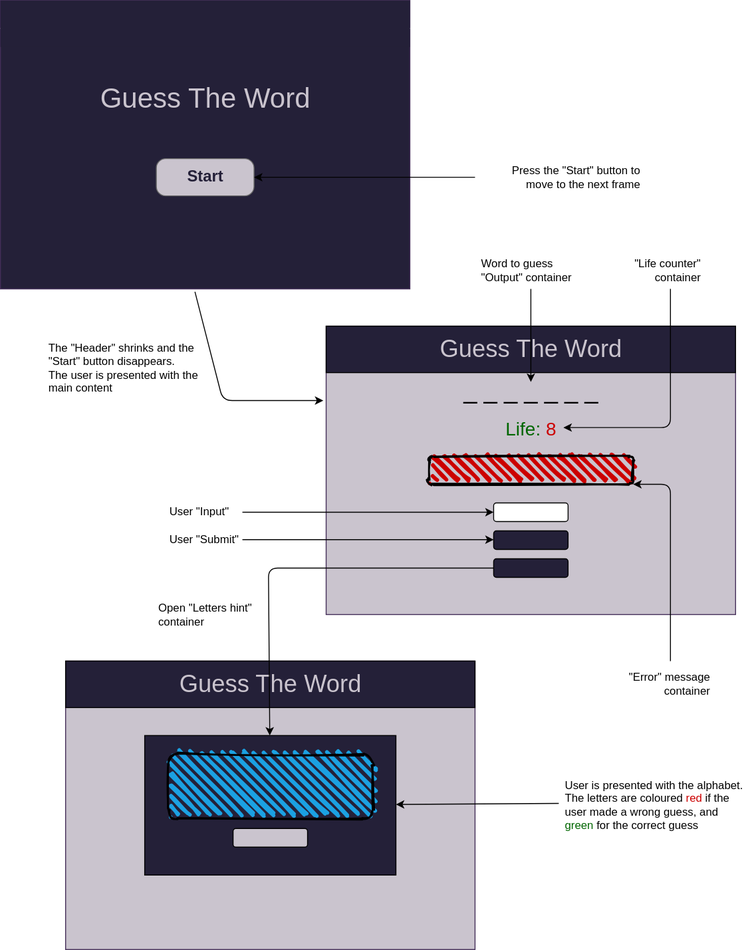
Ramim96/javascript.github.io keeps this draw.io diagram as GuessTheNumber/Guess The Word Game.svg. Above is the earlier version. Source tidied: cells renumbered, new cells last; positions are measured from the earlier drawing's top-left corner, leaving out a move shared by most shapes.
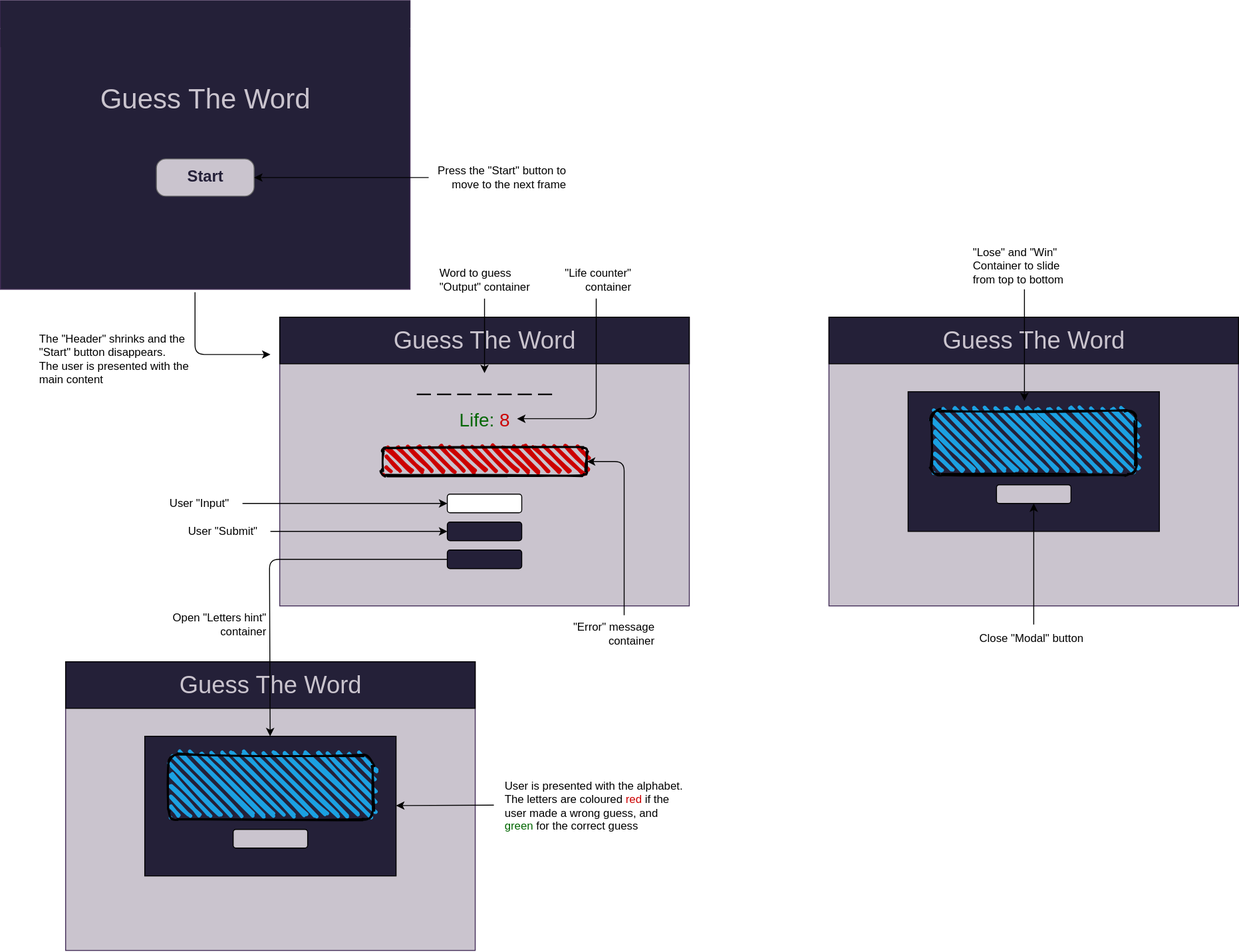
The same diagram one commit later.

Change to the diagram source:
```diff
@@ -3,150 +3,185 @@
     <mxCell id="0" />
     <mxCell id="1" parent="0" />
     <mxCell id="2" style="strokeWidth=1;shadow=0;dashed=0;align=center;html=1;shape=mxgraph.mockup.containers.window;align=left;verticalAlign=top;spacingLeft=8;strokeColor2=#008cff;strokeColor3=#c4c4c4;mainText=;fontSize=17;labelBackgroundColor=none;strokeColor=#432D57;fontColor=#ffffff;fillColor=#242038;" parent="1" vertex="1">
-      <mxGeometry width="440" height="310" as="geometry" />
+      <mxGeometry x="190" y="40" width="440" height="310" as="geometry" />
     </mxCell>
     <mxCell id="3" value="&lt;font color=&quot;#242038&quot;&gt;Start&lt;/font&gt;" style="strokeWidth=1;shadow=0;dashed=0;align=center;html=1;shape=mxgraph.mockup.buttons.button;strokeColor=#666666;fontColor=#ffffff;mainText=;buttonStyle=round;fontSize=17;fontStyle=1;whiteSpace=wrap;fillColor=#cac4ce;" parent="1" vertex="1">
-      <mxGeometry x="167.5" y="170" width="105" height="40" as="geometry" />
+      <mxGeometry x="357.5" y="210" width="105" height="40" as="geometry" />
     </mxCell>
     <mxCell id="4" value="&lt;font style=&quot;font-size: 30px&quot; color=&quot;#cac4ce&quot;&gt;Guess The Word&lt;/font&gt;" style="text;html=1;align=center;verticalAlign=middle;strokeColor=none;rounded=0;" parent="1" vertex="1">
-      <mxGeometry x="100" y="90" width="240" height="30" as="geometry" />
+      <mxGeometry x="290" y="130" width="240" height="30" as="geometry" />
     </mxCell>
     <mxCell id="5" style="strokeWidth=1;shadow=0;dashed=0;align=center;html=1;shape=mxgraph.mockup.containers.window;align=left;verticalAlign=top;spacingLeft=8;strokeColor2=#008cff;strokeColor3=#c4c4c4;mainText=;fontSize=17;labelBackgroundColor=none;strokeColor=#432D57;fontColor=#ffffff;fillColor=#CAC4CE;" parent="1" vertex="1">
-      <mxGeometry x="350" y="350" width="440" height="310" as="geometry" />
+      <mxGeometry x="490" y="380" width="440" height="310" as="geometry" />
     </mxCell>
     <mxCell id="6" style="rounded=0;whiteSpace=wrap;html=1;fillColor=#242038;" parent="1" vertex="1">
-      <mxGeometry x="350" y="350" width="440" height="50" as="geometry" />
+      <mxGeometry x="490" y="380" width="440" height="50" as="geometry" />
     </mxCell>
     <mxCell id="7" value="&lt;font style=&quot;font-size: 26px&quot; color=&quot;#cac4ce&quot;&gt;Guess The Word&lt;/font&gt;" style="text;html=1;align=center;verticalAlign=middle;strokeColor=none;rounded=0;" parent="1" vertex="1">
-      <mxGeometry x="465" y="365" width="210" height="20" as="geometry" />
+      <mxGeometry x="605" y="395" width="210" height="20" as="geometry" />
     </mxCell>
     <mxCell id="8" value="&lt;span style=&quot;font-size: 26px&quot;&gt;_ _ _ _ _ _ _&lt;/span&gt;" style="text;html=1;align=center;verticalAlign=middle;points=[];strokeColor=none;rounded=0;strokeWidth=1;perimeterSpacing=0;" parent="1" vertex="1">
-      <mxGeometry x="490" y="410" width="160" height="20" as="geometry" />
+      <mxGeometry x="630" y="440" width="160" height="20" as="geometry" />
     </mxCell>
     <mxCell id="9" value="&lt;span style=&quot;font-size: 20px&quot;&gt;&lt;font color=&quot;#006600&quot;&gt;Life: &lt;/font&gt;&lt;font color=&quot;#cc0000&quot;&gt;8&lt;/font&gt;&lt;/span&gt;" style="text;html=1;align=center;verticalAlign=middle;points=[];strokeColor=none;rounded=0;strokeWidth=1;perimeterSpacing=0;" parent="1" vertex="1">
-      <mxGeometry x="535" y="450" width="70" height="20" as="geometry" />
+      <mxGeometry x="675" y="480" width="70" height="20" as="geometry" />
     </mxCell>
     <mxCell id="10" style="rounded=1;whiteSpace=wrap;html=1;strokeWidth=1;" parent="1" vertex="1">
-      <mxGeometry x="530" y="540" width="80" height="20" as="geometry" />
+      <mxGeometry x="670" y="570" width="80" height="20" as="geometry" />
     </mxCell>
     <mxCell id="11" style="rounded=1;whiteSpace=wrap;html=1;strokeWidth=1;fillColor=#242038;" parent="1" vertex="1">
-      <mxGeometry x="530" y="570" width="80" height="20" as="geometry" />
+      <mxGeometry x="670" y="600" width="80" height="20" as="geometry" />
     </mxCell>
     <mxCell id="12" style="rounded=1;whiteSpace=wrap;html=1;strokeWidth=1;fillColor=#242038;" parent="1" vertex="1">
-      <mxGeometry x="530" y="600" width="80" height="20" as="geometry" />
+      <mxGeometry x="670" y="630" width="80" height="20" as="geometry" />
     </mxCell>
     <mxCell id="13" style="rounded=1;whiteSpace=wrap;html=1;strokeWidth=2;fillWeight=4;hachureGap=8;hachureAngle=45;sketch=1;fillColor=#CC0000;" parent="1" vertex="1">
-      <mxGeometry x="460" y="490" width="220" height="30" as="geometry" />
+      <mxGeometry x="600" y="520" width="220" height="30" as="geometry" />
     </mxCell>
-    <mxCell id="14" style="endArrow=classic;html=1;exitX=0.475;exitY=1.01;exitDx=0;exitDy=0;exitPerimeter=0;entryX=-0.007;entryY=0.258;entryDx=0;entryDy=0;entryPerimeter=0;" parent="1" edge="1" source="2" target="5">
+    <mxCell id="14" style="endArrow=classic;html=1;exitX=0.475;exitY=1.01;exitDx=0;exitDy=0;exitPerimeter=0;" parent="1" edge="1" source="2">
       <mxGeometry relative="1" as="geometry">
+        <mxPoint x="480" y="420" as="targetPoint" />
         <Array as="points">
-          <mxPoint x="239" y="430" />
+          <mxPoint x="399" y="420" />
         </Array>
       </mxGeometry>
     </mxCell>
     <mxCell id="15" style="endArrow=classic;html=1;" parent="1" edge="1" target="3">
       <mxGeometry relative="1" as="geometry">
-        <mxPoint x="510" y="190" as="sourcePoint" />
+        <mxPoint x="650" y="230" as="sourcePoint" />
       </mxGeometry>
     </mxCell>
     <mxCell id="16" value="Press the &quot;Start&quot; button to move to the next frame" style="text;html=1;strokeColor=none;fillColor=none;align=right;verticalAlign=middle;whiteSpace=wrap;rounded=0;" parent="1" vertex="1">
-      <mxGeometry x="520" y="165" width="170" height="50" as="geometry" />
+      <mxGeometry x="660" y="205" width="140" height="50" as="geometry" />
     </mxCell>
     <mxCell id="17" value="The &quot;Header&quot; shrinks and the &quot;Start&quot; button disappears.&lt;br&gt;The user is presented with the main content" style="text;html=1;strokeColor=none;fillColor=none;align=left;verticalAlign=middle;whiteSpace=wrap;rounded=0;" parent="1" vertex="1">
-      <mxGeometry x="50" y="360" width="170" height="70" as="geometry" />
+      <mxGeometry x="230" y="390" width="170" height="70" as="geometry" />
     </mxCell>
     <mxCell id="18" style="endArrow=classic;html=1;" parent="1" edge="1" target="8">
       <mxGeometry relative="1" as="geometry">
-        <mxPoint x="570" y="310" as="sourcePoint" />
+        <mxPoint x="710" y="360" as="sourcePoint" />
       </mxGeometry>
     </mxCell>
     <mxCell id="19" style="endArrow=classic;html=1;entryX=1;entryY=0.45;entryDx=0;entryDy=0;entryPerimeter=0;" parent="1" edge="1" target="9">
       <mxGeometry relative="1" as="geometry">
-        <mxPoint x="720" y="310" as="sourcePoint" />
+        <mxPoint x="830" y="360" as="sourcePoint" />
         <Array as="points">
-          <mxPoint x="720" y="459" />
+          <mxPoint x="830" y="489" />
         </Array>
       </mxGeometry>
     </mxCell>
     <mxCell id="20" value="Word to guess &quot;Output&quot; container" style="text;html=1;strokeColor=none;fillColor=none;align=left;verticalAlign=middle;whiteSpace=wrap;rounded=0;" parent="1" vertex="1">
-      <mxGeometry x="515" y="270" width="110" height="40" as="geometry" />
+      <mxGeometry x="660" y="320" width="110" height="40" as="geometry" />
     </mxCell>
     <mxCell id="21" value="&quot;Life counter&quot; container" style="text;html=1;strokeColor=none;fillColor=none;align=right;verticalAlign=middle;whiteSpace=wrap;rounded=0;" parent="1" vertex="1">
-      <mxGeometry x="675" y="270" width="80" height="40" as="geometry" />
+      <mxGeometry x="790" y="320" width="80" height="40" as="geometry" />
     </mxCell>
-    <mxCell id="22" style="endArrow=classic;html=1;entryX=1;entryY=1;entryDx=0;entryDy=0;" parent="1" edge="1" target="13">
+    <mxCell id="22" style="endArrow=classic;html=1;entryX=1;entryY=0.5;entryDx=0;entryDy=0;" parent="1" edge="1" target="13">
       <mxGeometry relative="1" as="geometry">
-        <mxPoint x="720" y="710" as="sourcePoint" />
+        <mxPoint x="860" y="700" as="sourcePoint" />
         <Array as="points">
-          <mxPoint x="720" y="520" />
+          <mxPoint x="860" y="535" />
         </Array>
       </mxGeometry>
     </mxCell>
     <mxCell id="23" value="&quot;Error&quot; message container" style="text;html=1;strokeColor=none;fillColor=none;align=right;verticalAlign=middle;whiteSpace=wrap;rounded=0;" parent="1" vertex="1">
-      <mxGeometry x="665" y="715" width="100" height="40" as="geometry" />
+      <mxGeometry x="795" y="700" width="100" height="40" as="geometry" />
     </mxCell>
     <mxCell id="24" style="endArrow=classic;html=1;" parent="1" edge="1" target="10">
       <mxGeometry relative="1" as="geometry">
-        <mxPoint x="260" y="550" as="sourcePoint" />
+        <mxPoint x="450" y="580" as="sourcePoint" />
         <Array as="points">
-          <mxPoint x="460" y="550" />
+          <mxPoint x="560" y="580" />
         </Array>
       </mxGeometry>
     </mxCell>
     <mxCell id="25" value="User &quot;Input&quot;" style="text;html=1;strokeColor=none;fillColor=none;align=left;verticalAlign=middle;whiteSpace=wrap;rounded=0;" parent="1" vertex="1">
-      <mxGeometry x="180" y="540" width="70" height="20" as="geometry" />
+      <mxGeometry x="370" y="570" width="70" height="20" as="geometry" />
     </mxCell>
     <mxCell id="26" style="rounded=0;whiteSpace=wrap;html=1;fillColor=#242038;strokeColor=none;" parent="1" vertex="1">
-      <mxGeometry width="440" height="50" as="geometry" />
+      <mxGeometry x="190" y="40" width="440" height="50" as="geometry" />
     </mxCell>
-    <mxCell id="27" style="endArrow=classic;html=1;" parent="1" edge="1">
+    <mxCell id="27" style="endArrow=classic;html=1;entryX=0;entryY=0.5;entryDx=0;entryDy=0;" parent="1" edge="1" target="11">
       <mxGeometry relative="1" as="geometry">
-        <mxPoint x="260" y="579.5" as="sourcePoint" />
-        <mxPoint x="530" y="579.5" as="targetPoint" />
+        <mxPoint x="480" y="610" as="sourcePoint" />
         <Array as="points">
-          <mxPoint x="460" y="579.5" />
+          <mxPoint x="550" y="610" />
         </Array>
       </mxGeometry>
     </mxCell>
     <mxCell id="28" value="User &quot;Submit&quot;" style="text;html=1;strokeColor=none;fillColor=none;align=left;verticalAlign=middle;whiteSpace=wrap;rounded=0;" parent="1" vertex="1">
-      <mxGeometry x="180" y="570" width="80" height="20" as="geometry" />
+      <mxGeometry x="390" y="600" width="80" height="20" as="geometry" />
     </mxCell>
     <mxCell id="29" style="strokeWidth=1;shadow=0;dashed=0;align=center;html=1;shape=mxgraph.mockup.containers.window;align=left;verticalAlign=top;spacingLeft=8;strokeColor2=#008cff;strokeColor3=#c4c4c4;mainText=;fontSize=17;labelBackgroundColor=none;strokeColor=#432D57;fontColor=#ffffff;fillColor=#CAC4CE;" parent="1" vertex="1">
-      <mxGeometry x="70" y="710" width="440" height="310" as="geometry" />
+      <mxGeometry x="260" y="750" width="440" height="310" as="geometry" />
     </mxCell>
     <mxCell id="30" style="rounded=0;whiteSpace=wrap;html=1;fillColor=#242038;" parent="1" vertex="1">
-      <mxGeometry x="70" y="710" width="440" height="50" as="geometry" />
+      <mxGeometry x="260" y="750" width="440" height="50" as="geometry" />
     </mxCell>
     <mxCell id="31" value="&lt;font style=&quot;font-size: 26px&quot; color=&quot;#cac4ce&quot;&gt;Guess The Word&lt;/font&gt;" style="text;html=1;align=center;verticalAlign=middle;strokeColor=none;rounded=0;" parent="1" vertex="1">
-      <mxGeometry x="185" y="725" width="210" height="20" as="geometry" />
+      <mxGeometry x="375" y="765" width="210" height="20" as="geometry" />
     </mxCell>
     <mxCell id="32" style="rounded=0;whiteSpace=wrap;html=1;fillColor=#242038;" parent="1" vertex="1">
-      <mxGeometry x="155" y="790" width="270" height="150" as="geometry" />
+      <mxGeometry x="345" y="830" width="270" height="150" as="geometry" />
     </mxCell>
     <mxCell id="33" style="endArrow=classic;html=1;exitX=0;exitY=0.5;exitDx=0;exitDy=0;" parent="1" edge="1" source="12" target="32">
       <mxGeometry relative="1" as="geometry">
         <Array as="points">
-          <mxPoint x="288" y="610" />
+          <mxPoint x="479" y="640" />
         </Array>
       </mxGeometry>
     </mxCell>
     <mxCell id="34" style="rounded=1;whiteSpace=wrap;html=1;strokeWidth=1;fillColor=#CAC4CE;" parent="1" vertex="1">
-      <mxGeometry x="250" y="890" width="80" height="20" as="geometry" />
+      <mxGeometry x="440" y="930" width="80" height="20" as="geometry" />
     </mxCell>
-    <mxCell id="35" value="Open &quot;Letters hint&quot; container" style="text;html=1;strokeColor=none;fillColor=none;align=left;verticalAlign=middle;whiteSpace=wrap;rounded=0;" parent="1" vertex="1">
-      <mxGeometry x="167.5" y="640" width="120" height="40" as="geometry" />
+    <mxCell id="35" value="Open &quot;Letters hint&quot; container" style="text;html=1;strokeColor=none;fillColor=none;align=right;verticalAlign=middle;whiteSpace=wrap;rounded=0;" parent="1" vertex="1">
+      <mxGeometry x="370" y="690" width="107.5" height="40" as="geometry" />
     </mxCell>
     <mxCell id="36" style="endArrow=classic;html=1;" parent="1" edge="1" target="32">
       <mxGeometry relative="1" as="geometry">
-        <mxPoint x="600" y="863" as="sourcePoint" />
+        <mxPoint x="720" y="904" as="sourcePoint" />
       </mxGeometry>
     </mxCell>
     <mxCell id="37" value="User is presented with the alphabet.&lt;br&gt;The letters are coloured &lt;font color=&quot;#cc0000&quot;&gt;red &lt;/font&gt;if the user made a wrong guess, and &lt;font color=&quot;#006600&quot;&gt;green &lt;/font&gt;for the correct guess" style="text;html=1;strokeColor=none;fillColor=none;align=left;verticalAlign=middle;whiteSpace=wrap;rounded=0;" parent="1" vertex="1">
-      <mxGeometry x="605" y="830" width="200" height="70" as="geometry" />
+      <mxGeometry x="730" y="870" width="200" height="70" as="geometry" />
     </mxCell>
     <mxCell id="38" style="rounded=1;whiteSpace=wrap;html=1;strokeWidth=2;fillWeight=4;hachureGap=8;hachureAngle=45;fillColor=#1ba1e2;sketch=1;" parent="1" vertex="1">
-      <mxGeometry x="180" y="810" width="220" height="70" as="geometry" />
+      <mxGeometry x="370" y="850" width="220" height="70" as="geometry" />
     </mxCell>
+    <mxCell id="39" style="strokeWidth=1;shadow=0;dashed=0;align=center;html=1;shape=mxgraph.mockup.containers.window;align=left;verticalAlign=top;spacingLeft=8;strokeColor2=#008cff;strokeColor3=#c4c4c4;mainText=;fontSize=17;labelBackgroundColor=none;strokeColor=#432D57;fontColor=#ffffff;fillColor=#CAC4CE;" parent="1" vertex="1">
+      <mxGeometry x="1080" y="380" width="440" height="310" as="geometry" />
+    </mxCell>
+    <mxCell id="40" style="rounded=0;whiteSpace=wrap;html=1;fillColor=#242038;" parent="1" vertex="1">
+      <mxGeometry x="1080" y="380" width="440" height="50" as="geometry" />
+    </mxCell>
+    <mxCell id="41" value="&lt;font style=&quot;font-size: 26px&quot; color=&quot;#cac4ce&quot;&gt;Guess The Word&lt;/font&gt;" style="text;html=1;align=center;verticalAlign=middle;strokeColor=none;rounded=0;" parent="1" vertex="1">
+      <mxGeometry x="1195" y="395" width="210" height="20" as="geometry" />
+    </mxCell>
+    <mxCell id="42" style="rounded=0;whiteSpace=wrap;html=1;fillColor=#242038;" parent="1" vertex="1">
+      <mxGeometry x="1165" y="460" width="270" height="150" as="geometry" />
+    </mxCell>
+    <mxCell id="43" style="rounded=1;whiteSpace=wrap;html=1;strokeWidth=1;fillColor=#CAC4CE;" parent="1" vertex="1">
+      <mxGeometry x="1260" y="560" width="80" height="20" as="geometry" />
+    </mxCell>
+    <mxCell id="44" style="endArrow=classic;html=1;" parent="1" edge="1">
+      <mxGeometry relative="1" as="geometry">
+        <mxPoint x="1290" y="350" as="sourcePoint" />
+        <mxPoint x="1290" y="470" as="targetPoint" />
+      </mxGeometry>
+    </mxCell>
+    <mxCell id="45" style="rounded=1;whiteSpace=wrap;html=1;strokeWidth=2;fillWeight=4;hachureGap=8;hachureAngle=45;fillColor=#1ba1e2;sketch=1;" parent="1" vertex="1">
+      <mxGeometry x="1190" y="480" width="220" height="70" as="geometry" />
+    </mxCell>
+    <mxCell id="46" value="&quot;Lose&quot; and &quot;Win&quot; Container to slide from top to bottom" style="text;html=1;strokeColor=none;fillColor=none;align=left;verticalAlign=middle;whiteSpace=wrap;rounded=0;" parent="1" vertex="1">
+      <mxGeometry x="1232.5" y="300" width="115" height="50" as="geometry" />
+    </mxCell>
+    <mxCell id="47" value="Close &quot;Modal&quot; button" style="text;html=1;strokeColor=none;fillColor=none;align=left;verticalAlign=middle;whiteSpace=wrap;rounded=0;" parent="1" vertex="1">
+      <mxGeometry x="1240" y="710" width="120" height="30" as="geometry" />
+    </mxCell>
+    <mxCell id="48" style="endArrow=classic;html=1;entryX=0.5;entryY=1;entryDx=0;entryDy=0;" parent="1" edge="1" target="43">
+      <mxGeometry relative="1" as="geometry">
+        <mxPoint x="1300" y="710" as="sourcePoint" />
+      </mxGeometry>
+    </mxCell>
   </root>
 </mxGraphModel>
```
